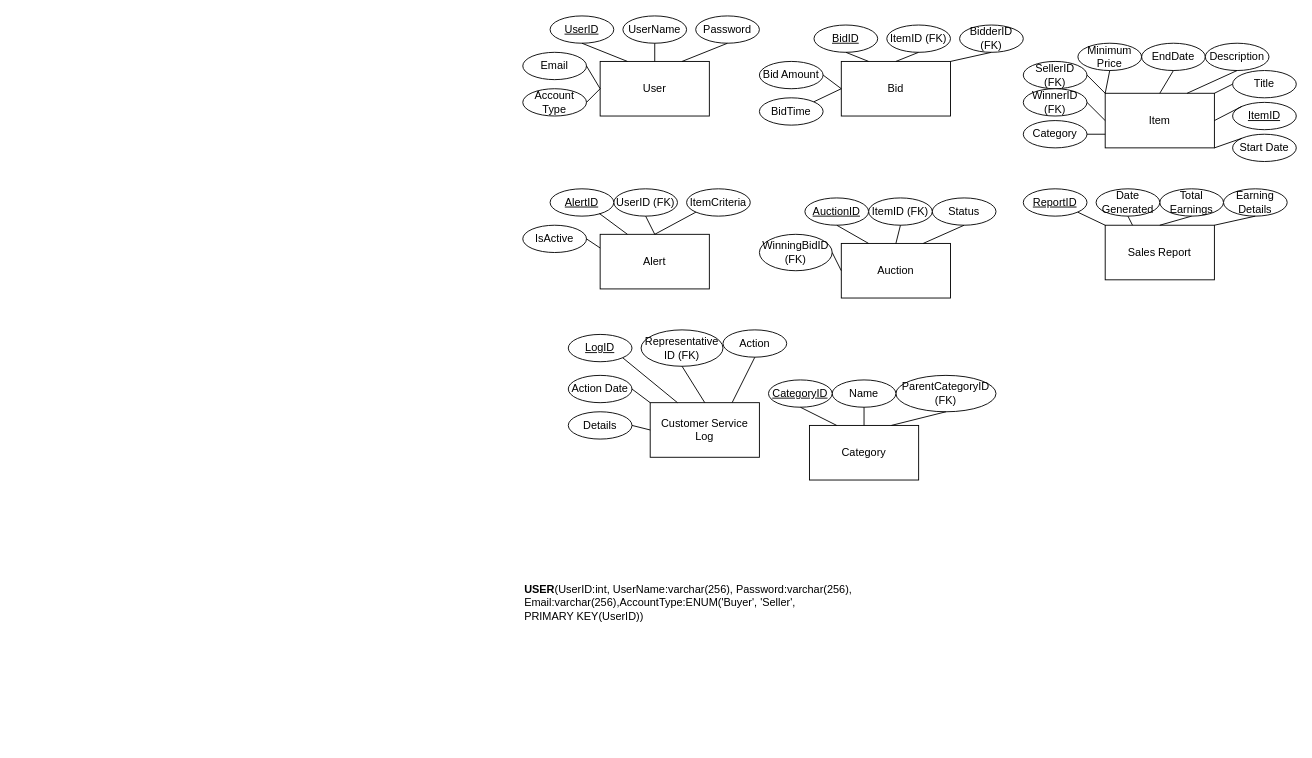
Above: Project1ER.drawio in Swoopi/PrinInfo (draw.io), before the change. Source tidied: cells renumbered, new cells numbered last; positions are measured from the earlier drawing's top-left corner, leaving out a move shared by most shapes. Both pictures are drawn from the tidied source at 91%, with x=0, y=0 at pixel (522, 15).
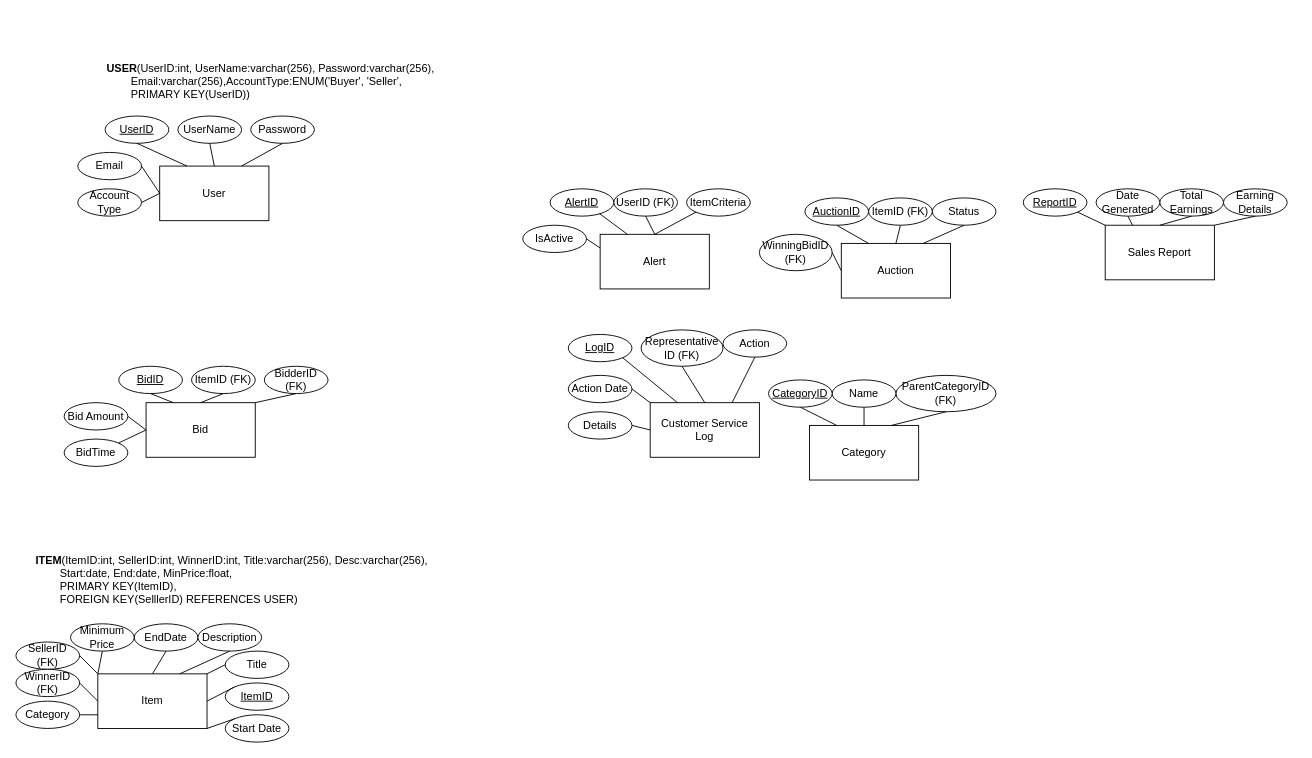
The same page after the edit.

Commit message:
Schema Added- Item

Change to the diagram source:
```diff
@@
-    <mxCell id="2" value="User" style="rounded=0;whiteSpace=wrap;html=1;" parent="1" vertex="1">
-      <mxGeometry x="85" y="50" width="120" height="60" as="geometry" />
-    </mxCell>
-    <mxCell id="3" value="&lt;u&gt;UserID&lt;/u&gt;" style="ellipse;whiteSpace=wrap;html=1;" parent="1" vertex="1">
-      <mxGeometry x="30" width="70" height="30" as="geometry" />
-    </mxCell>
-    <mxCell id="4" value="UserName" style="ellipse;whiteSpace=wrap;html=1;" parent="1" vertex="1">
-      <mxGeometry x="110" width="70" height="30" as="geometry" />
-    </mxCell>
-    <mxCell id="5" value="Password" style="ellipse;whiteSpace=wrap;html=1;" parent="1" vertex="1">
-      <mxGeometry x="190" width="70" height="30" as="geometry" />
-    </mxCell>
-    <mxCell id="6" value="Email" style="ellipse;whiteSpace=wrap;html=1;" parent="1" vertex="1">
-      <mxGeometry y="40" width="70" height="30" as="geometry" />
-    </mxCell>
-    <mxCell id="7" value="Account Type" style="ellipse;whiteSpace=wrap;html=1;" parent="1" vertex="1">
-      <mxGeometry y="80" width="70" height="30" as="geometry" />
-    </mxCell>
-    <mxCell id="8" style="endArrow=none;html=1;rounded=0;exitX=1;exitY=0.5;exitDx=0;exitDy=0;entryX=0;entryY=0.5;entryDx=0;entryDy=0;" parent="1" edge="1" source="7" target="2">
-      <mxGeometry relative="1" as="geometry" />
-    </mxCell>
-    <mxCell id="9" style="endArrow=none;html=1;rounded=0;exitX=1;exitY=0.5;exitDx=0;exitDy=0;entryX=0;entryY=0.5;entryDx=0;entryDy=0;" parent="1" edge="1" source="6" target="2">
-      <mxGeometry relative="1" as="geometry" />
-    </mxCell>
-    <mxCell id="10" style="endArrow=none;html=1;rounded=0;exitX=0.5;exitY=1;exitDx=0;exitDy=0;entryX=0.25;entryY=0;entryDx=0;entryDy=0;" parent="1" edge="1" source="3" target="2">
-      <mxGeometry relative="1" as="geometry" />
-    </mxCell>
-    <mxCell id="11" style="endArrow=none;html=1;rounded=0;exitX=0.5;exitY=1;exitDx=0;exitDy=0;entryX=0.5;entryY=0;entryDx=0;entryDy=0;" parent="1" edge="1" source="4" target="2">
-      <mxGeometry relative="1" as="geometry" />
-    </mxCell>
-    <mxCell id="12" style="endArrow=none;html=1;rounded=0;exitX=0.5;exitY=1;exitDx=0;exitDy=0;entryX=0.75;entryY=0;entryDx=0;entryDy=0;" parent="1" edge="1" source="5" target="2">
-      <mxGeometry relative="1" as="geometry" />
-    </mxCell>
     <mxCell id="13" value="Item" style="rounded=0;whiteSpace=wrap;html=1;" parent="1" vertex="1">
-      <mxGeometry x="640" y="85" width="120" height="60" as="geometry" />
+      <mxGeometry x="-467" y="723" width="120" height="60" as="geometry" />
     </mxCell>
     <mxCell id="14" value="Bid" style="rounded=0;whiteSpace=wrap;html=1;" parent="1" vertex="1">
-      <mxGeometry x="350" y="50" width="120" height="60" as="geometry" />
+      <mxGeometry x="-414" y="425" width="120" height="60" as="geometry" />
     </mxCell>
@@
     <mxCell id="20" value="Start Date" style="ellipse;whiteSpace=wrap;html=1;" parent="1" vertex="1">
-      <mxGeometry x="780" y="130" width="70" height="30" as="geometry" />
+      <mxGeometry x="-327" y="768" width="70" height="30" as="geometry" />
     </mxCell>
     <mxCell id="21" value="&lt;u&gt;BidID&lt;/u&gt;" style="ellipse;whiteSpace=wrap;html=1;" parent="1" vertex="1">
-      <mxGeometry x="320" y="10" width="70" height="30" as="geometry" />
+      <mxGeometry x="-444" y="385" width="70" height="30" as="geometry" />
     </mxCell>
     <mxCell id="22" value="EndDate" style="ellipse;whiteSpace=wrap;html=1;" parent="1" vertex="1">
-      <mxGeometry x="680" y="30" width="70" height="30" as="geometry" />
+      <mxGeometry x="-427" y="668" width="70" height="30" as="geometry" />
     </mxCell>
     <mxCell id="23" value="ItemID (FK)" style="ellipse;whiteSpace=wrap;html=1;" parent="1" vertex="1">
-      <mxGeometry x="400" y="10" width="70" height="30" as="geometry" />
+      <mxGeometry x="-364" y="385" width="70" height="30" as="geometry" />
     </mxCell>
     <mxCell id="24" value="Bid Amount" style="ellipse;whiteSpace=wrap;html=1;" parent="1" vertex="1">
-      <mxGeometry x="260" y="50" width="70" height="30" as="geometry" />
+      <mxGeometry x="-504" y="425" width="70" height="30" as="geometry" />
     </mxCell>
     <mxCell id="25" value="BidderID (FK)" style="ellipse;whiteSpace=wrap;html=1;" parent="1" vertex="1">
-      <mxGeometry x="480" y="10" width="70" height="30" as="geometry" />
+      <mxGeometry x="-284" y="385" width="70" height="30" as="geometry" />
     </mxCell>
     <mxCell id="26" value="BidTime" style="ellipse;whiteSpace=wrap;html=1;" parent="1" vertex="1">
-      <mxGeometry x="260" y="90" width="70" height="30" as="geometry" />
+      <mxGeometry x="-504" y="465" width="70" height="30" as="geometry" />
     </mxCell>
     <mxCell id="27" value="Category" style="ellipse;whiteSpace=wrap;html=1;" parent="1" vertex="1">
-      <mxGeometry x="550" y="115" width="70" height="30" as="geometry" />
+      <mxGeometry x="-557" y="753" width="70" height="30" as="geometry" />
     </mxCell>
     <mxCell id="28" value="Description" style="ellipse;whiteSpace=wrap;html=1;" parent="1" vertex="1">
-      <mxGeometry x="750" y="30" width="70" height="30" as="geometry" />
+      <mxGeometry x="-357" y="668" width="70" height="30" as="geometry" />
     </mxCell>
     <mxCell id="29" value="Title" style="ellipse;whiteSpace=wrap;html=1;" parent="1" vertex="1">
-      <mxGeometry x="780" y="60" width="70" height="30" as="geometry" />
+      <mxGeometry x="-327" y="698" width="70" height="30" as="geometry" />
     </mxCell>
     <mxCell id="30" value="&lt;u&gt;ItemID&lt;/u&gt;" style="ellipse;whiteSpace=wrap;html=1;" parent="1" vertex="1">
-      <mxGeometry x="780" y="95" width="70" height="30" as="geometry" />
+      <mxGeometry x="-327" y="733" width="70" height="30" as="geometry" />
     </mxCell>
@@
     <mxCell id="37" value="Minimum Price" style="ellipse;whiteSpace=wrap;html=1;" parent="1" vertex="1">
-      <mxGeometry x="610" y="30" width="70" height="30" as="geometry" />
+      <mxGeometry x="-497" y="668" width="70" height="30" as="geometry" />
     </mxCell>
@@
     <mxCell id="39" value="SellerID (FK)" style="ellipse;whiteSpace=wrap;html=1;" parent="1" vertex="1">
-      <mxGeometry x="550" y="50" width="70" height="30" as="geometry" />
+      <mxGeometry x="-557" y="688" width="70" height="30" as="geometry" />
     </mxCell>
     <mxCell id="40" value="WinnerID (FK)" style="ellipse;whiteSpace=wrap;html=1;" parent="1" vertex="1">
-      <mxGeometry x="550" y="80" width="70" height="30" as="geometry" />
+      <mxGeometry x="-557" y="718" width="70" height="30" as="geometry" />
     </mxCell>
@@
-    <mxCell id="88" value="&lt;b&gt;USER&lt;/b&gt;(UserID:int, UserName:varchar(256), Password:varchar(256), Email:varchar(256),AccountType:ENUM('Buyer', 'Seller',&lt;div&gt;PRIMARY KEY(UserID))&lt;/div&gt;" style="text;html=1;align=left;verticalAlign=middle;whiteSpace=wrap;rounded=0;" parent="1" vertex="1">
-      <mxGeometry y="620" width="415" height="50" as="geometry" />
+    <mxCell id="88" value="&lt;b&gt;USER&lt;/b&gt;(UserID:int, UserName:varchar(256), Password:varchar(256), &lt;span style=&quot;white-space: pre;&quot;&gt;&#9;&lt;/span&gt;Email:varchar(256),AccountType:ENUM('Buyer', 'Seller',&lt;div&gt;&lt;span style=&quot;white-space: pre;&quot;&gt;&#9;&lt;/span&gt;PRIMARY KEY(UserID))&lt;/div&gt;" style="text;html=1;align=left;verticalAlign=middle;whiteSpace=wrap;rounded=0;" parent="1" vertex="1">
+      <mxGeometry x="-459" y="47" width="415" height="50" as="geometry" />
     </mxCell>
+    <mxCell id="89" style="group;" parent="1" vertex="1">
+      <mxGeometry x="-489" y="110" width="260" height="115" as="geometry" />
+    </mxCell>
+    <mxCell id="2" value="User" style="rounded=0;whiteSpace=wrap;html=1;" parent="89" vertex="1">
+      <mxGeometry x="90" y="55" width="120" height="60" as="geometry" />
+    </mxCell>
+    <mxCell id="3" value="&lt;u&gt;UserID&lt;/u&gt;" style="ellipse;whiteSpace=wrap;html=1;" parent="89" vertex="1">
+      <mxGeometry x="30" width="70" height="30" as="geometry" />
+    </mxCell>
+    <mxCell id="4" value="UserName" style="ellipse;whiteSpace=wrap;html=1;" parent="89" vertex="1">
+      <mxGeometry x="110" width="70" height="30" as="geometry" />
+    </mxCell>
+    <mxCell id="5" value="Password" style="ellipse;whiteSpace=wrap;html=1;" parent="89" vertex="1">
+      <mxGeometry x="190" width="70" height="30" as="geometry" />
+    </mxCell>
+    <mxCell id="6" value="Email" style="ellipse;whiteSpace=wrap;html=1;" parent="89" vertex="1">
+      <mxGeometry y="40" width="70" height="30" as="geometry" />
+    </mxCell>
+    <mxCell id="7" value="Account Type" style="ellipse;whiteSpace=wrap;html=1;" parent="89" vertex="1">
+      <mxGeometry y="80" width="70" height="30" as="geometry" />
+    </mxCell>
+    <mxCell id="8" style="endArrow=none;html=1;rounded=0;exitX=1;exitY=0.5;exitDx=0;exitDy=0;entryX=0;entryY=0.5;entryDx=0;entryDy=0;" parent="89" edge="1" source="7" target="2">
+      <mxGeometry relative="1" as="geometry" />
+    </mxCell>
+    <mxCell id="9" style="endArrow=none;html=1;rounded=0;exitX=1;exitY=0.5;exitDx=0;exitDy=0;entryX=0;entryY=0.5;entryDx=0;entryDy=0;" parent="89" edge="1" source="6" target="2">
+      <mxGeometry relative="1" as="geometry" />
+    </mxCell>
+    <mxCell id="10" style="endArrow=none;html=1;rounded=0;exitX=0.5;exitY=1;exitDx=0;exitDy=0;entryX=0.25;entryY=0;entryDx=0;entryDy=0;" parent="89" edge="1" source="3" target="2">
+      <mxGeometry relative="1" as="geometry" />
+    </mxCell>
+    <mxCell id="11" style="endArrow=none;html=1;rounded=0;exitX=0.5;exitY=1;exitDx=0;exitDy=0;entryX=0.5;entryY=0;entryDx=0;entryDy=0;" parent="89" edge="1" source="4" target="2">
+      <mxGeometry relative="1" as="geometry" />
+    </mxCell>
+    <mxCell id="12" style="endArrow=none;html=1;rounded=0;exitX=0.5;exitY=1;exitDx=0;exitDy=0;entryX=0.75;entryY=0;entryDx=0;entryDy=0;" parent="89" edge="1" source="5" target="2">
+      <mxGeometry relative="1" as="geometry" />
+    </mxCell>
+    <mxCell id="90" value="&lt;b&gt;ITEM&lt;/b&gt;(ItemID:int, SellerID:int, WinnerID:int, Title:varchar(256&lt;span style=&quot;background-color: initial;&quot;&gt;),&amp;nbsp;&lt;/span&gt;Desc:varchar(256&lt;span style=&quot;background-color: initial;&quot;&gt;), &lt;span style=&quot;white-space: pre;&quot;&gt;&#9;&lt;/span&gt;Start:date, End:date, MinPrice:float,&lt;/span&gt;&lt;div&gt;&lt;span style=&quot;background-color: initial;&quot;&gt;&lt;span style=&quot;white-space: pre;&quot;&gt;&#9;&lt;/span&gt;PRIMARY KEY(ItemID),&lt;/span&gt;&lt;/div&gt;&lt;div&gt;&lt;span style=&quot;background-color: initial;&quot;&gt;&lt;span style=&quot;white-space: pre;&quot;&gt;&#9;&lt;/span&gt;FOREIGN KEY(SelllerID) REFERENCES USER)&lt;/span&gt;&lt;/div&gt;&lt;div&gt;&lt;span style=&quot;background-color: initial;&quot;&gt;&lt;br&gt;&lt;/span&gt;&lt;/div&gt;" style="text;html=1;align=left;verticalAlign=middle;whiteSpace=wrap;rounded=0;" parent="1" vertex="1">
+      <mxGeometry x="-537.5" y="602" width="450.5" height="50" as="geometry" />
+    </mxCell>
```
